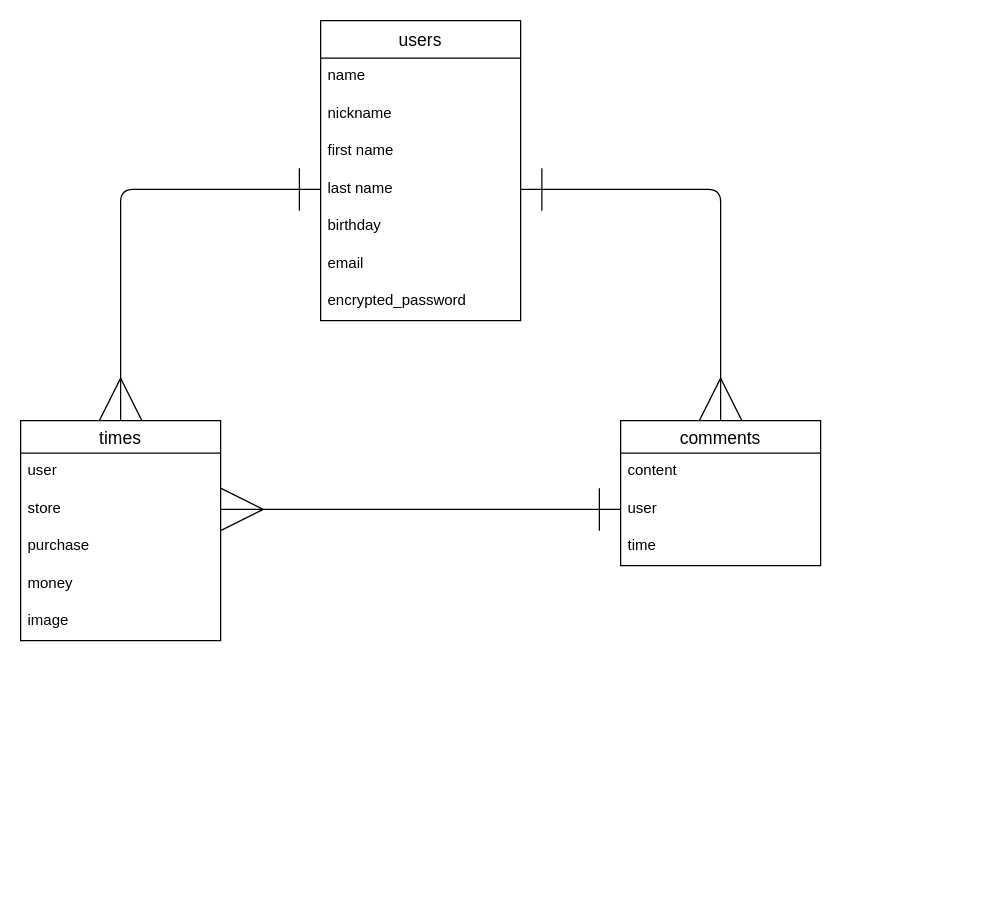
This is furima-38019.dio from uratatamotsu/furima-38019, a draw.io file, before an edit. Source tidied: cells renumbered, new cells numbered last; positions are measured from the earlier drawing's top-left corner, leaving out a move shared by most shapes. Both pictures are drawn from the tidied source at 125%, with x=0, y=0 at pixel (20, 20).
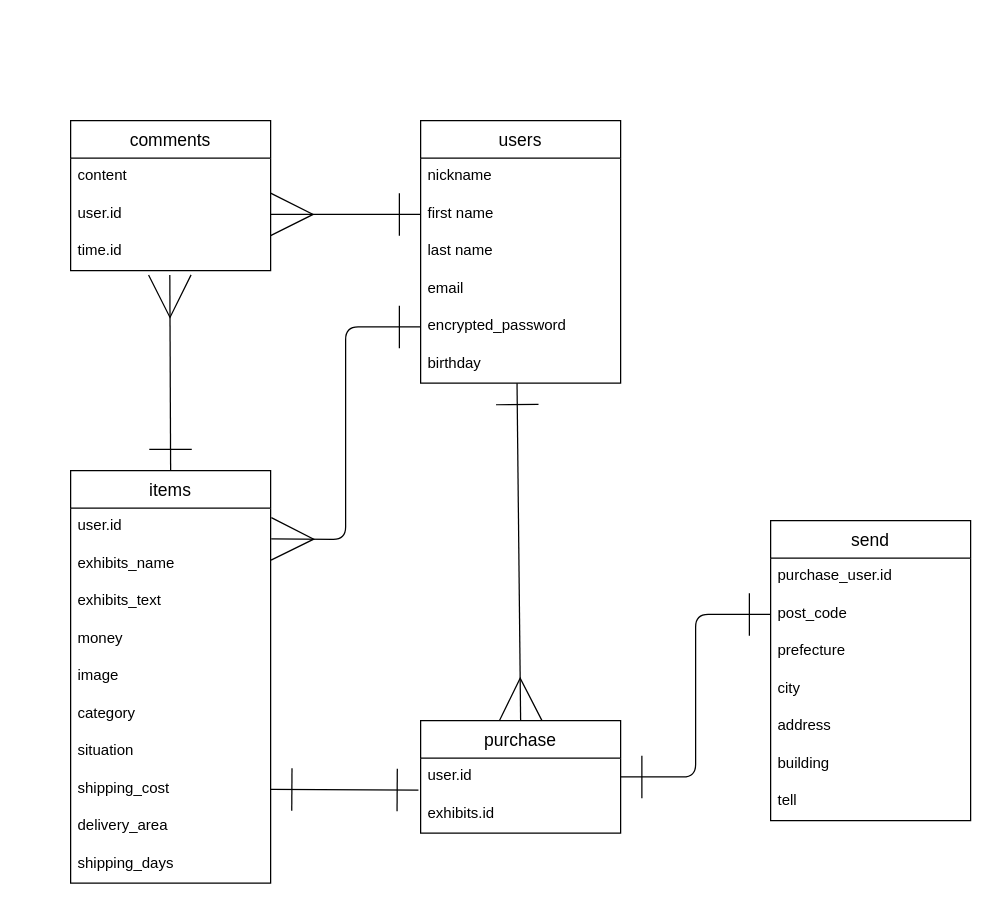
The same page after the edit.

The edit, as a diff of the source:
```diff
@@
+    <mxCell id="23" style="edgeStyle=none;html=1;exitX=0.5;exitY=0;exitDx=0;exitDy=0;entryX=0.496;entryY=1.115;entryDx=0;entryDy=0;entryPerimeter=0;fontSize=14;startArrow=ERone;startFill=0;endArrow=ERmany;endFill=0;startSize=32;endSize=32;strokeWidth=1;" parent="1" edge="1" source="2" target="19">
+      <mxGeometry relative="1" as="geometry" />
+    </mxCell>
-    <mxCell id="2" value="times" style="swimlane;fontStyle=0;horizontal=1;startSize=26;align=center;fontSize=14;" parent="1" vertex="1">
-      <mxGeometry y="320" width="160" height="176" as="geometry" />
+    <mxCell id="2" value="items" style="swimlane;fontStyle=0;horizontal=1;startSize=30;align=center;fontSize=14;" parent="1" vertex="1">
+      <mxGeometry x="40" y="360" width="160" height="330" as="geometry" />
     </mxCell>
-    <mxCell id="3" value="user" style="text;strokeColor=none;fillColor=none;spacingLeft=4;spacingRight=4;overflow=hidden;fontSize=12;" parent="2" vertex="1">
-      <mxGeometry y="26" width="160" height="30" as="geometry" />
+    <mxCell id="3" value="user.id" style="text;strokeColor=none;fillColor=none;spacingLeft=4;spacingRight=4;overflow=hidden;fontSize=12;" parent="2" vertex="1">
+      <mxGeometry y="30" width="160" height="30" as="geometry" />
     </mxCell>
-    <mxCell id="4" value="store" style="text;strokeColor=none;fillColor=none;spacingLeft=4;spacingRight=4;overflow=hidden;points=[[0,0.5],[1,0.5]];portConstraint=eastwest;fontSize=12;" parent="2" vertex="1">
-      <mxGeometry y="56" width="160" height="30" as="geometry" />
+    <mxCell id="4" value="exhibits_name" style="text;strokeColor=none;fillColor=none;spacingLeft=4;spacingRight=4;overflow=hidden;points=[[0,0.5],[1,0.5]];portConstraint=eastwest;fontSize=12;" parent="2" vertex="1">
+      <mxGeometry y="60" width="160" height="30" as="geometry" />
     </mxCell>
-    <mxCell id="5" value="purchase" style="text;strokeColor=none;fillColor=none;spacingLeft=4;spacingRight=4;overflow=hidden;fontSize=12;" parent="2" vertex="1">
-      <mxGeometry y="86" width="160" height="30" as="geometry" />
+    <mxCell id="5" value="exhibits_text" style="text;strokeColor=none;fillColor=none;spacingLeft=4;spacingRight=4;overflow=hidden;fontSize=12;" parent="2" vertex="1">
+      <mxGeometry y="90" width="160" height="30" as="geometry" />
     </mxCell>
     <mxCell id="6" value="money" style="text;strokeColor=none;fillColor=none;spacingLeft=4;spacingRight=4;overflow=hidden;fontSize=12;" parent="2" vertex="1">
-      <mxGeometry y="116" width="160" height="30" as="geometry" />
+      <mxGeometry y="120" width="160" height="30" as="geometry" />
     </mxCell>
     <mxCell id="7" value="image" style="text;strokeColor=none;fillColor=none;spacingLeft=4;spacingRight=4;overflow=hidden;fontSize=12;" parent="2" vertex="1">
-      <mxGeometry y="146" width="160" height="30" as="geometry" />
+      <mxGeometry y="150" width="160" height="30" as="geometry" />
     </mxCell>
+    <mxCell id="24" value="category" style="text;strokeColor=none;fillColor=none;spacingLeft=4;spacingRight=4;overflow=hidden;fontSize=12;" parent="2" vertex="1">
+      <mxGeometry y="180" width="160" height="30" as="geometry" />
+    </mxCell>
+    <mxCell id="25" value="situation" style="text;strokeColor=none;fillColor=none;spacingLeft=4;spacingRight=4;overflow=hidden;fontSize=12;" parent="2" vertex="1">
+      <mxGeometry y="210" width="160" height="30" as="geometry" />
+    </mxCell>
+    <mxCell id="26" value="shipping_cost" style="text;strokeColor=none;fillColor=none;spacingLeft=4;spacingRight=4;overflow=hidden;points=[[0,0.5],[1,0.5]];portConstraint=eastwest;fontSize=12;" parent="2" vertex="1">
+      <mxGeometry y="240" width="160" height="30" as="geometry" />
+    </mxCell>
+    <mxCell id="27" value="delivery_area" style="text;strokeColor=none;fillColor=none;spacingLeft=4;spacingRight=4;overflow=hidden;fontSize=12;" parent="2" vertex="1">
+      <mxGeometry y="270" width="160" height="30" as="geometry" />
+    </mxCell>
+    <mxCell id="28" value="shipping_days" style="text;strokeColor=none;fillColor=none;spacingLeft=4;spacingRight=4;overflow=hidden;fontSize=12;" parent="2" vertex="1">
+      <mxGeometry y="300" width="160" height="30" as="geometry" />
+    </mxCell>
     <mxCell id="8" value="users" style="swimlane;fontStyle=0;horizontal=1;startSize=30;align=center;fontSize=14;" parent="1" vertex="1">
-      <mxGeometry x="240" width="160" height="240" as="geometry" />
+      <mxGeometry x="320" y="80" width="160" height="210" as="geometry" />
     </mxCell>
-    <mxCell id="9" value="name" style="text;strokeColor=none;fillColor=none;spacingLeft=4;spacingRight=4;overflow=hidden;fontSize=12;" parent="8" vertex="1">
-      <mxGeometry y="30" width="160" height="30" as="geometry" />
-    </mxCell>
     <mxCell id="10" value="nickname" style="text;strokeColor=none;fillColor=none;spacingLeft=4;spacingRight=4;overflow=hidden;fontSize=12;verticalAlign=top;" parent="8" vertex="1">
-      <mxGeometry y="60" width="160" height="30" as="geometry" />
+      <mxGeometry y="30" width="160" height="30" as="geometry" />
     </mxCell>
     <mxCell id="11" value="first name" style="text;strokeColor=none;fillColor=none;spacingLeft=4;spacingRight=4;overflow=hidden;points=[[0,0.5],[1,0.5]];portConstraint=eastwest;fontSize=12;verticalAlign=top;" parent="8" vertex="1">
-      <mxGeometry y="90" width="160" height="30" as="geometry" />
+      <mxGeometry y="60" width="160" height="30" as="geometry" />
     </mxCell>
     <mxCell id="12" value="last name" style="text;strokeColor=none;fillColor=none;spacingLeft=4;spacingRight=4;overflow=hidden;points=[[0,0.5],[1,0.5]];portConstraint=eastwest;fontSize=12;verticalAlign=top;" parent="8" vertex="1">
-      <mxGeometry y="120" width="160" height="30" as="geometry" />
+      <mxGeometry y="90" width="160" height="30" as="geometry" />
     </mxCell>
-    <mxCell id="13" value="birthday" style="text;strokeColor=none;fillColor=none;spacingLeft=4;spacingRight=4;overflow=hidden;points=[[0,0.5],[1,0.5]];portConstraint=eastwest;fontSize=12;verticalAlign=top;" parent="8" vertex="1">
-      <mxGeometry y="150" width="160" height="30" as="geometry" />
-    </mxCell>
     <mxCell id="14" value="email" style="text;strokeColor=none;fillColor=none;spacingLeft=4;spacingRight=4;overflow=hidden;fontSize=12;verticalAlign=top;" parent="8" vertex="1">
-      <mxGeometry y="180" width="160" height="30" as="geometry" />
+      <mxGeometry y="120" width="160" height="30" as="geometry" />
     </mxCell>
     <mxCell id="15" value="encrypted_password" style="text;strokeColor=none;fillColor=none;spacingLeft=4;spacingRight=4;overflow=hidden;points=[[0,0.5],[1,0.5]];portConstraint=eastwest;fontSize=12;" parent="8" vertex="1">
-      <mxGeometry y="210" width="160" height="30" as="geometry" />
+      <mxGeometry y="150" width="160" height="30" as="geometry" />
     </mxCell>
+    <mxCell id="13" value="birthday" style="text;strokeColor=none;fillColor=none;spacingLeft=4;spacingRight=4;overflow=hidden;points=[[0,0.5],[1,0.5]];portConstraint=eastwest;fontSize=12;verticalAlign=top;" parent="8" vertex="1">
+      <mxGeometry y="180" width="160" height="30" as="geometry" />
+    </mxCell>
-    <mxCell id="16" value="comments" style="swimlane;fontStyle=0;horizontal=1;startSize=26;align=center;fontSize=14;" parent="1" vertex="1">
-      <mxGeometry x="480" y="320" width="160" height="116" as="geometry" />
+    <mxCell id="16" value="comments" style="swimlane;fontStyle=0;horizontal=1;startSize=30;align=center;fontSize=14;" parent="1" vertex="1">
+      <mxGeometry x="40" y="80" width="160" height="120" as="geometry" />
     </mxCell>
     <mxCell id="17" value="content" style="text;strokeColor=none;fillColor=none;spacingLeft=4;spacingRight=4;overflow=hidden;fontSize=12;" parent="16" vertex="1">
-      <mxGeometry y="26" width="160" height="30" as="geometry" />
+      <mxGeometry y="30" width="160" height="30" as="geometry" />
     </mxCell>
-    <mxCell id="18" value="user" style="text;strokeColor=none;fillColor=none;spacingLeft=4;spacingRight=4;overflow=hidden;points=[[0,0.5],[1,0.5]];portConstraint=eastwest;fontSize=12;" parent="16" vertex="1">
-      <mxGeometry y="56" width="160" height="30" as="geometry" />
+    <mxCell id="18" value="user.id" style="text;strokeColor=none;fillColor=none;spacingLeft=4;spacingRight=4;overflow=hidden;points=[[0,0.5],[1,0.5]];portConstraint=eastwest;fontSize=12;" parent="16" vertex="1">
+      <mxGeometry y="60" width="160" height="30" as="geometry" />
     </mxCell>
-    <mxCell id="19" value="time&#10;" style="text;strokeColor=none;fillColor=none;spacingLeft=4;spacingRight=4;overflow=hidden;points=[[0,0.5],[1,0.5]];portConstraint=eastwest;fontSize=12;" parent="16" vertex="1">
-      <mxGeometry y="86" width="160" height="30" as="geometry" />
+    <mxCell id="19" value="time.id" style="text;strokeColor=none;fillColor=none;spacingLeft=4;spacingRight=4;overflow=hidden;points=[[0,0.5],[1,0.5]];portConstraint=eastwest;fontSize=12;" parent="16" vertex="1">
+      <mxGeometry y="90" width="160" height="30" as="geometry" />
     </mxCell>
-    <mxCell id="20" style="edgeStyle=none;html=1;exitX=0;exitY=0.5;exitDx=0;exitDy=0;entryX=0.5;entryY=0;entryDx=0;entryDy=0;endSize=32;startSize=32;startArrow=ERone;startFill=0;endArrow=ERmany;endFill=0;" parent="1" edge="1" source="12" target="2">
-      <mxGeometry relative="1" as="geometry">
-        <Array as="points">
-          <mxPoint x="80" y="135" />
-        </Array>
-      </mxGeometry>
-    </mxCell>
-    <mxCell id="21" style="html=1;exitX=1;exitY=0.5;exitDx=0;exitDy=0;horizontal=0;endArrow=ERmany;endFill=0;entryX=0.5;entryY=0;entryDx=0;entryDy=0;strokeWidth=1;endSize=32;startArrow=ERone;startFill=0;startSize=32;" parent="1" edge="1" source="12" target="16">
-      <mxGeometry relative="1" as="geometry">
-        <Array as="points">
-          <mxPoint x="560" y="135" />
-        </Array>
-      </mxGeometry>
-    </mxCell>
-    <mxCell id="22" style="edgeStyle=none;html=1;exitX=0;exitY=0.5;exitDx=0;exitDy=0;entryX=1;entryY=0.5;entryDx=0;entryDy=0;startArrow=ERone;startFill=0;endArrow=ERmany;endFill=0;startSize=32;endSize=32;strokeWidth=1;" parent="1" edge="1" source="18" target="4">
-      <mxGeometry relative="1" as="geometry" />
-    </mxCell>
+    <mxCell id="29" value="purchase" style="swimlane;fontStyle=0;horizontal=1;startSize=30;align=center;fontSize=14;" parent="1" vertex="1">
+      <mxGeometry x="320" y="560" width="160" height="90" as="geometry" />
+    </mxCell>
+    <mxCell id="30" value="user.id" style="text;strokeColor=none;fillColor=none;spacingLeft=4;spacingRight=4;overflow=hidden;points=[[0,0.5],[1,0.5]];portConstraint=eastwest;fontSize=12;" parent="29" vertex="1">
+      <mxGeometry y="30" width="160" height="30" as="geometry" />
+    </mxCell>
+    <mxCell id="31" value="exhibits.id" style="text;strokeColor=none;fillColor=none;spacingLeft=4;spacingRight=4;overflow=hidden;points=[[0,0.5],[1,0.5]];portConstraint=eastwest;fontSize=12;" parent="29" vertex="1">
+      <mxGeometry y="60" width="160" height="30" as="geometry" />
+    </mxCell>
+    <mxCell id="32" value="send" style="swimlane;fontStyle=0;horizontal=1;startSize=30;align=center;fontSize=14;" parent="1" vertex="1">
+      <mxGeometry x="600" y="400" width="160" height="240" as="geometry" />
+    </mxCell>
+    <mxCell id="33" value="purchase_user.id" style="text;strokeColor=none;fillColor=none;spacingLeft=4;spacingRight=4;overflow=hidden;fontSize=12;" parent="32" vertex="1">
+      <mxGeometry y="30" width="160" height="30" as="geometry" />
+    </mxCell>
+    <mxCell id="34" value="post_code" style="text;strokeColor=none;fillColor=none;spacingLeft=4;spacingRight=4;overflow=hidden;points=[[0,0.5],[1,0.5]];portConstraint=eastwest;fontSize=12;" parent="32" vertex="1">
+      <mxGeometry y="60" width="160" height="30" as="geometry" />
+    </mxCell>
+    <mxCell id="35" value="prefecture" style="text;strokeColor=none;fillColor=none;spacingLeft=4;spacingRight=4;overflow=hidden;fontSize=12;" parent="32" vertex="1">
+      <mxGeometry y="90" width="160" height="30" as="geometry" />
+    </mxCell>
+    <mxCell id="36" value="city" style="text;strokeColor=none;fillColor=none;spacingLeft=4;spacingRight=4;overflow=hidden;fontSize=12;" parent="32" vertex="1">
+      <mxGeometry y="120" width="160" height="30" as="geometry" />
+    </mxCell>
+    <mxCell id="37" value="address" style="text;strokeColor=none;fillColor=none;spacingLeft=4;spacingRight=4;overflow=hidden;fontSize=12;" parent="32" vertex="1">
+      <mxGeometry y="150" width="160" height="30" as="geometry" />
+    </mxCell>
+    <mxCell id="38" value="building" style="text;strokeColor=none;fillColor=none;spacingLeft=4;spacingRight=4;overflow=hidden;fontSize=12;" parent="32" vertex="1">
+      <mxGeometry y="180" width="160" height="30" as="geometry" />
+    </mxCell>
+    <mxCell id="39" value="tell" style="text;strokeColor=none;fillColor=none;spacingLeft=4;spacingRight=4;overflow=hidden;fontSize=12;" parent="32" vertex="1">
+      <mxGeometry y="210" width="160" height="30" as="geometry" />
+    </mxCell>
+    <mxCell id="40" style="edgeStyle=none;html=1;exitX=0;exitY=0.5;exitDx=0;exitDy=0;entryX=1;entryY=0.5;entryDx=0;entryDy=0;fontSize=14;startArrow=ERone;startFill=0;endArrow=ERmany;endFill=0;startSize=32;endSize=32;strokeWidth=1;" parent="1" edge="1" source="11" target="18">
+      <mxGeometry relative="1" as="geometry" />
+    </mxCell>
+    <mxCell id="41" style="edgeStyle=none;html=1;exitX=0;exitY=0.5;exitDx=0;exitDy=0;entryX=1.003;entryY=-0.181;entryDx=0;entryDy=0;entryPerimeter=0;fontSize=14;startArrow=ERone;startFill=0;endArrow=ERmany;endFill=0;startSize=32;endSize=32;strokeWidth=1;" parent="1" edge="1" source="15" target="4">
+      <mxGeometry relative="1" as="geometry">
+        <Array as="points">
+          <mxPoint x="260" y="245" />
+          <mxPoint x="260" y="415" />
+        </Array>
+      </mxGeometry>
+    </mxCell>
+    <mxCell id="42" style="edgeStyle=none;html=1;exitX=1;exitY=0.5;exitDx=0;exitDy=0;entryX=-0.011;entryY=-0.144;entryDx=0;entryDy=0;entryPerimeter=0;fontSize=14;startArrow=ERone;startFill=0;endArrow=ERone;endFill=0;startSize=32;endSize=32;strokeWidth=1;" parent="1" edge="1" source="26" target="31">
+      <mxGeometry relative="1" as="geometry" />
+    </mxCell>
+    <mxCell id="43" style="edgeStyle=none;html=1;exitX=0.482;exitY=1.004;exitDx=0;exitDy=0;entryX=0.5;entryY=0;entryDx=0;entryDy=0;fontSize=14;startArrow=ERone;startFill=0;endArrow=ERmany;endFill=0;startSize=32;endSize=32;strokeWidth=1;exitPerimeter=0;" parent="1" edge="1" source="13" target="29">
+      <mxGeometry relative="1" as="geometry" />
+    </mxCell>
+    <mxCell id="44" style="edgeStyle=none;html=1;exitX=1;exitY=0.5;exitDx=0;exitDy=0;entryX=0;entryY=0.5;entryDx=0;entryDy=0;fontSize=14;startArrow=ERone;startFill=0;endArrow=ERone;endFill=0;startSize=32;endSize=32;strokeWidth=1;" parent="1" edge="1" source="30" target="34">
+      <mxGeometry relative="1" as="geometry">
+        <Array as="points">
+          <mxPoint x="540" y="605" />
+          <mxPoint x="540" y="475" />
+        </Array>
+      </mxGeometry>
+    </mxCell>
```
